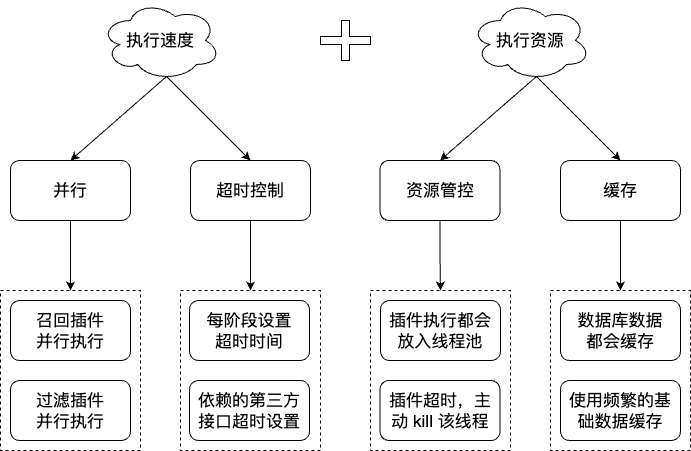
Before: 推荐逻辑之性能控制.png, a diagram exported from draw.io (liujunao/draw-data). Source tidied: cells renumbered, new cells last; positions are measured from the earlier drawing's top-left corner, leaving out a move shared by most shapes.
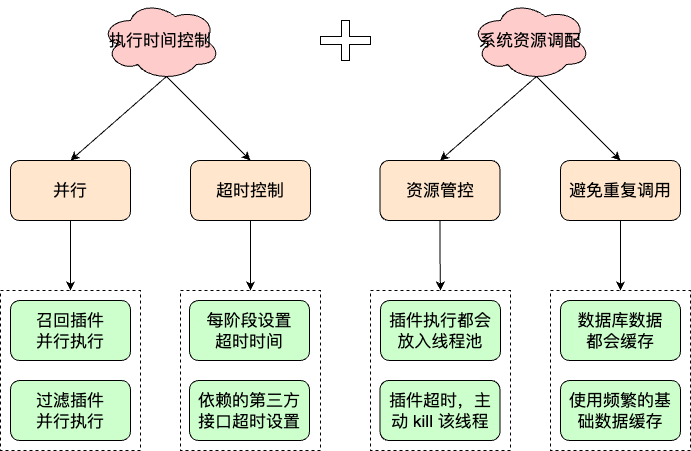
Later version of the same file.

Commit message:
更新推荐逻辑之性能控制.png

Change to the diagram source:
```diff
@@ -17,37 +17,37 @@
     <mxCell id="6" style="edgeStyle=orthogonalEdgeStyle;rounded=0;jettySize=auto;html=1;exitX=0.5;exitY=1;exitDx=0;exitDy=0;entryX=0.5;entryY=0;entryDx=0;entryDy=0;" parent="1" edge="1" source="7" target="5">
       <mxGeometry relative="1" as="geometry" />
     </mxCell>
-    <mxCell id="7" value="&lt;font size=&quot;3&quot;&gt;并行&lt;/font&gt;" style="rounded=1;whiteSpace=wrap;html=1;" parent="1" vertex="1">
+    <mxCell id="7" value="&lt;font size=&quot;3&quot;&gt;并行&lt;/font&gt;" style="rounded=1;whiteSpace=wrap;html=1;fillColor=#FFE6CC;" parent="1" vertex="1">
       <mxGeometry x="10" y="160" width="120" height="60" as="geometry" />
     </mxCell>
     <mxCell id="8" style="edgeStyle=orthogonalEdgeStyle;rounded=0;jettySize=auto;html=1;exitX=0.5;exitY=1;exitDx=0;exitDy=0;entryX=0.5;entryY=0;entryDx=0;entryDy=0;" parent="1" edge="1" source="9" target="4">
       <mxGeometry relative="1" as="geometry" />
     </mxCell>
-    <mxCell id="9" value="&lt;font size=&quot;3&quot;&gt;超时控制&lt;/font&gt;" style="rounded=1;whiteSpace=wrap;html=1;" parent="1" vertex="1">
+    <mxCell id="9" value="&lt;font size=&quot;3&quot;&gt;超时控制&lt;/font&gt;" style="rounded=1;whiteSpace=wrap;html=1;fillColor=#FFE6CC;" parent="1" vertex="1">
       <mxGeometry x="190" y="160" width="120" height="60" as="geometry" />
     </mxCell>
     <mxCell id="10" style="edgeStyle=orthogonalEdgeStyle;rounded=0;jettySize=auto;html=1;exitX=0.5;exitY=1;exitDx=0;exitDy=0;entryX=0.5;entryY=0;entryDx=0;entryDy=0;" parent="1" edge="1" source="11" target="3">
       <mxGeometry relative="1" as="geometry" />
     </mxCell>
-    <mxCell id="11" value="&lt;font size=&quot;3&quot;&gt;资源管控&lt;/font&gt;" style="rounded=1;whiteSpace=wrap;html=1;" parent="1" vertex="1">
+    <mxCell id="11" value="&lt;font size=&quot;3&quot;&gt;资源管控&lt;/font&gt;" style="rounded=1;whiteSpace=wrap;html=1;fillColor=#FFE6CC;" parent="1" vertex="1">
       <mxGeometry x="379.5" y="160" width="120" height="60" as="geometry" />
     </mxCell>
-    <mxCell id="12" value="&lt;font size=&quot;3&quot;&gt;召回插件&lt;br&gt;并行执行&lt;/font&gt;" style="rounded=1;whiteSpace=wrap;html=1;" parent="1" vertex="1">
+    <mxCell id="12" value="&lt;font size=&quot;3&quot;&gt;召回插件&lt;br&gt;并行执行&lt;/font&gt;" style="rounded=1;whiteSpace=wrap;html=1;fillColor=#CCFFCC;" parent="1" vertex="1">
       <mxGeometry x="10" y="300" width="120" height="60" as="geometry" />
     </mxCell>
-    <mxCell id="13" value="&lt;font size=&quot;3&quot;&gt;过滤插件&lt;br&gt;并行执行&lt;/font&gt;" style="rounded=1;whiteSpace=wrap;html=1;" parent="1" vertex="1">
+    <mxCell id="13" value="&lt;font size=&quot;3&quot;&gt;过滤插件&lt;br&gt;并行执行&lt;/font&gt;" style="rounded=1;whiteSpace=wrap;html=1;fillColor=#CCFFCC;" parent="1" vertex="1">
       <mxGeometry x="10" y="380" width="120" height="60" as="geometry" />
     </mxCell>
-    <mxCell id="14" value="&lt;font size=&quot;3&quot;&gt;每阶段设置&lt;br&gt;超时时间&lt;/font&gt;" style="rounded=1;whiteSpace=wrap;html=1;" parent="1" vertex="1">
+    <mxCell id="14" value="&lt;font size=&quot;3&quot;&gt;每阶段设置&lt;br&gt;超时时间&lt;/font&gt;" style="rounded=1;whiteSpace=wrap;html=1;fillColor=#CCFFCC;" parent="1" vertex="1">
       <mxGeometry x="189" y="300" width="120" height="60" as="geometry" />
     </mxCell>
     <mxCell id="15" style="edgeStyle=orthogonalEdgeStyle;rounded=0;jettySize=auto;html=1;exitX=0.5;exitY=1;exitDx=0;exitDy=0;entryX=0.5;entryY=0;entryDx=0;entryDy=0;" parent="1" edge="1" source="16" target="2">
       <mxGeometry relative="1" as="geometry" />
     </mxCell>
-    <mxCell id="16" value="&lt;font size=&quot;3&quot;&gt;缓存&lt;/font&gt;" style="rounded=1;whiteSpace=wrap;html=1;" parent="1" vertex="1">
+    <mxCell id="16" value="&lt;font size=&quot;3&quot;&gt;避免重复调用&lt;/font&gt;" style="rounded=1;whiteSpace=wrap;html=1;fillColor=#FFE6CC;" parent="1" vertex="1">
       <mxGeometry x="560" y="160" width="120" height="60" as="geometry" />
     </mxCell>
-    <mxCell id="17" value="&lt;font size=&quot;3&quot;&gt;数据库数据&lt;br&gt;都会缓存&lt;/font&gt;" style="rounded=1;whiteSpace=wrap;html=1;" parent="1" vertex="1">
+    <mxCell id="17" value="&lt;font size=&quot;3&quot;&gt;数据库数据&lt;br&gt;都会缓存&lt;/font&gt;" style="rounded=1;whiteSpace=wrap;html=1;fillColor=#CCFFCC;" parent="1" vertex="1">
       <mxGeometry x="560" y="300" width="120" height="60" as="geometry" />
     </mxCell>
     <mxCell id="18" style="rounded=0;jettySize=auto;html=1;exitX=0.55;exitY=0.95;exitDx=0;exitDy=0;exitPerimeter=0;entryX=0.5;entryY=0;entryDx=0;entryDy=0;" parent="1" edge="1" source="20" target="7">
@@ -56,10 +56,10 @@
     <mxCell id="19" style="rounded=0;jettySize=auto;html=1;exitX=0.55;exitY=0.95;exitDx=0;exitDy=0;exitPerimeter=0;entryX=0.5;entryY=0;entryDx=0;entryDy=0;" parent="1" edge="1" source="20" target="9">
       <mxGeometry relative="1" as="geometry" />
     </mxCell>
-    <mxCell id="20" value="&lt;font size=&quot;3&quot;&gt;执行速度&lt;/font&gt;" style="ellipse;shape=cloud;whiteSpace=wrap;html=1;" parent="1" vertex="1">
+    <mxCell id="20" value="&lt;font size=&quot;3&quot;&gt;执行时间控制&lt;/font&gt;" style="ellipse;shape=cloud;whiteSpace=wrap;html=1;fillColor=#FFCCCC;" parent="1" vertex="1">
       <mxGeometry x="100" width="120" height="80" as="geometry" />
     </mxCell>
-    <mxCell id="21" value="&lt;font size=&quot;3&quot;&gt;依赖的第三方接口超时设置&lt;/font&gt;" style="rounded=1;whiteSpace=wrap;html=1;" parent="1" vertex="1">
+    <mxCell id="21" value="&lt;font size=&quot;3&quot;&gt;依赖的第三方接口超时设置&lt;/font&gt;" style="rounded=1;whiteSpace=wrap;html=1;fillColor=#CCFFCC;" parent="1" vertex="1">
       <mxGeometry x="189" y="380" width="120" height="60" as="geometry" />
     </mxCell>
     <mxCell id="22" style="rounded=0;jettySize=auto;html=1;exitX=0.55;exitY=0.95;exitDx=0;exitDy=0;exitPerimeter=0;entryX=0.5;entryY=0;entryDx=0;entryDy=0;" parent="1" edge="1" source="24" target="11">
@@ -68,16 +68,16 @@
     <mxCell id="23" style="rounded=0;jettySize=auto;html=1;exitX=0.55;exitY=0.95;exitDx=0;exitDy=0;exitPerimeter=0;entryX=0.5;entryY=0;entryDx=0;entryDy=0;" parent="1" edge="1" source="24" target="16">
       <mxGeometry relative="1" as="geometry" />
     </mxCell>
-    <mxCell id="24" value="&lt;font size=&quot;3&quot;&gt;执行资源&lt;/font&gt;" style="ellipse;shape=cloud;whiteSpace=wrap;html=1;" parent="1" vertex="1">
+    <mxCell id="24" value="&lt;font size=&quot;3&quot;&gt;系统资源调配&lt;/font&gt;" style="ellipse;shape=cloud;whiteSpace=wrap;html=1;fillColor=#FFCCCC;" parent="1" vertex="1">
       <mxGeometry x="470" width="120" height="80" as="geometry" />
     </mxCell>
-    <mxCell id="25" value="&lt;font size=&quot;3&quot;&gt;插件执行都会放入线程池&lt;/font&gt;" style="rounded=1;whiteSpace=wrap;html=1;" parent="1" vertex="1">
+    <mxCell id="25" value="&lt;font size=&quot;3&quot;&gt;插件执行都会放入线程池&lt;/font&gt;" style="rounded=1;whiteSpace=wrap;html=1;fillColor=#CCFFCC;" parent="1" vertex="1">
       <mxGeometry x="380" y="300" width="120" height="60" as="geometry" />
     </mxCell>
-    <mxCell id="26" value="&lt;font size=&quot;3&quot;&gt;插件超时，主动 kill 该线程&lt;/font&gt;" style="rounded=1;whiteSpace=wrap;html=1;" parent="1" vertex="1">
+    <mxCell id="26" value="&lt;font size=&quot;3&quot;&gt;插件超时，主动 kill 该线程&lt;/font&gt;" style="rounded=1;whiteSpace=wrap;html=1;fillColor=#CCFFCC;" parent="1" vertex="1">
       <mxGeometry x="379.5" y="380" width="120" height="60" as="geometry" />
     </mxCell>
-    <mxCell id="27" value="&lt;font size=&quot;3&quot;&gt;使用频繁的基础数据缓存&lt;/font&gt;" style="rounded=1;whiteSpace=wrap;html=1;" parent="1" vertex="1">
+    <mxCell id="27" value="&lt;font size=&quot;3&quot;&gt;使用频繁的基础数据缓存&lt;/font&gt;" style="rounded=1;whiteSpace=wrap;html=1;fillColor=#CCFFCC;" parent="1" vertex="1">
       <mxGeometry x="560" y="380" width="120" height="60" as="geometry" />
     </mxCell>
     <mxCell id="28" style="shape=cross;whiteSpace=wrap;html=1;" parent="1" vertex="1">
```
